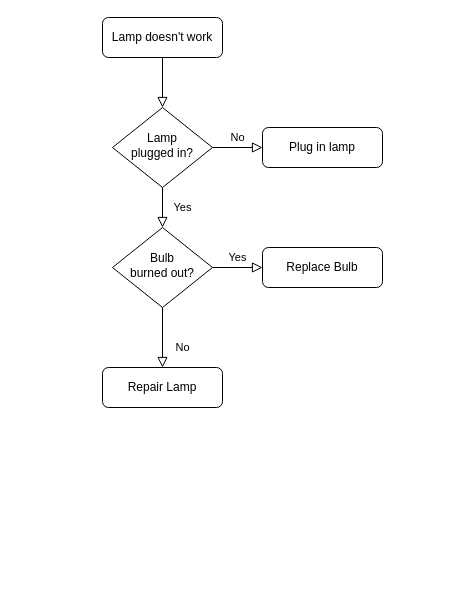
Before: page "Page-1" (1 of 2) of Untitled Diagram.drawio in nightluo/learning, a draw.io diagram. Source tidied: cells renumbered, new cells numbered last; positions are measured from the earlier drawing's top-left corner, leaving out a move shared by most shapes. Both pictures are drawn from the tidied source at 100%, with x=0, y=0 at pixel (102, 17).
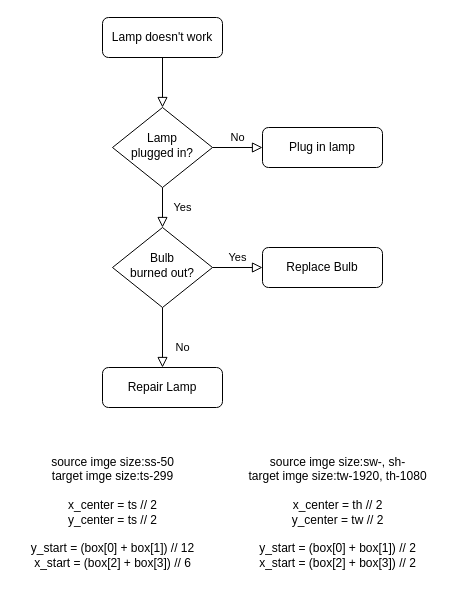
The same page after the edit.

The edit, as a diff of the source:
```diff
@@
 <mxGraphModel>
   <root>
     <mxCell id="0" />
     <mxCell id="1" parent="0" />
     <mxCell id="2" style="rounded=0;html=1;jettySize=auto;fontSize=11;endArrow=block;endFill=0;endSize=8;strokeWidth=1;shadow=0;labelBackgroundColor=none;edgeStyle=orthogonalEdgeStyle;" parent="1" edge="1" source="3" target="6">
       <mxGeometry relative="1" as="geometry" />
     </mxCell>
     <mxCell id="3" value="Lamp doesn't work" style="rounded=1;whiteSpace=wrap;html=1;fontSize=12;glass=0;strokeWidth=1;shadow=0;" parent="1" vertex="1">
       <mxGeometry width="120" height="40" as="geometry" />
     </mxCell>
     <mxCell id="4" value="Yes" style="rounded=0;html=1;jettySize=auto;fontSize=11;endArrow=block;endFill=0;endSize=8;strokeWidth=1;shadow=0;labelBackgroundColor=none;edgeStyle=orthogonalEdgeStyle;" parent="1" edge="1" source="6" target="10">
       <mxGeometry y="20" relative="1" as="geometry" />
     </mxCell>
     <mxCell id="5" value="No" style="edgeStyle=orthogonalEdgeStyle;rounded=0;html=1;jettySize=auto;fontSize=11;endArrow=block;endFill=0;endSize=8;strokeWidth=1;shadow=0;labelBackgroundColor=none;" parent="1" edge="1" source="6" target="7">
       <mxGeometry y="10" relative="1" as="geometry" />
     </mxCell>
     <mxCell id="6" value="Lamp&lt;br&gt;plugged in?" style="rhombus;whiteSpace=wrap;html=1;shadow=0;fontFamily=Helvetica;fontSize=12;align=center;strokeWidth=1;spacing=6;spacingTop=-4;" parent="1" vertex="1">
       <mxGeometry x="10" y="90" width="100" height="80" as="geometry" />
     </mxCell>
     <mxCell id="7" value="Plug in lamp" style="rounded=1;whiteSpace=wrap;html=1;fontSize=12;glass=0;strokeWidth=1;shadow=0;" parent="1" vertex="1">
       <mxGeometry x="160" y="110" width="120" height="40" as="geometry" />
     </mxCell>
     <mxCell id="8" value="No" style="rounded=0;html=1;jettySize=auto;fontSize=11;endArrow=block;endFill=0;endSize=8;strokeWidth=1;shadow=0;labelBackgroundColor=none;edgeStyle=orthogonalEdgeStyle;" parent="1" edge="1" source="10" target="11">
       <mxGeometry x="0.33" y="20" relative="1" as="geometry" />
     </mxCell>
     <mxCell id="9" value="Yes" style="edgeStyle=orthogonalEdgeStyle;rounded=0;html=1;jettySize=auto;fontSize=11;endArrow=block;endFill=0;endSize=8;strokeWidth=1;shadow=0;labelBackgroundColor=none;" parent="1" edge="1" source="10" target="12">
       <mxGeometry y="10" relative="1" as="geometry" />
     </mxCell>
     <mxCell id="10" value="Bulb&lt;br&gt;burned out?" style="rhombus;whiteSpace=wrap;html=1;shadow=0;fontFamily=Helvetica;fontSize=12;align=center;strokeWidth=1;spacing=6;spacingTop=-4;" parent="1" vertex="1">
       <mxGeometry x="10" y="210" width="100" height="80" as="geometry" />
     </mxCell>
     <mxCell id="11" value="Repair Lamp" style="rounded=1;whiteSpace=wrap;html=1;fontSize=12;glass=0;strokeWidth=1;shadow=0;" parent="1" vertex="1">
       <mxGeometry y="350" width="120" height="40" as="geometry" />
     </mxCell>
     <mxCell id="12" value="Replace Bulb" style="rounded=1;whiteSpace=wrap;html=1;fontSize=12;glass=0;strokeWidth=1;shadow=0;" parent="1" vertex="1">
       <mxGeometry x="160" y="230" width="120" height="40" as="geometry" />
     </mxCell>
+    <mxCell id="13" value="source imge size:ss-50&lt;br&gt;target imge size:ts-299&lt;br&gt;&lt;br&gt;x_center = ts // 2&lt;br&gt;y_center = ts // 2&lt;br&gt;&lt;br&gt;&lt;div&gt;y_start = (box[0] + box[1]) // 12&lt;/div&gt;&lt;div&gt;x_start = (box[2] + box[3]) // 6&lt;/div&gt;" style="text;html=1;align=center;verticalAlign=middle;strokeColor=none;fillColor=none;" parent="1" vertex="1">
+      <mxGeometry x="-85" y="430" width="190" height="130" as="geometry" />
+    </mxCell>
+    <mxCell id="14" value="source imge size:sw-, sh-&lt;br&gt;target imge size:tw-1920, th-1080&lt;br&gt;&lt;br&gt;x_center = th // 2&lt;br style=&quot;border-color: var(--border-color);&quot;&gt;y_center = tw // 2&lt;br&gt;&lt;br&gt;&lt;div&gt;y_start = (box[0] + box[1]) // 2&lt;/div&gt;&lt;div&gt;x_start = (box[2] + box[3]) // 2&lt;/div&gt;" style="text;html=1;align=center;verticalAlign=middle;strokeColor=none;fillColor=none;" parent="1" vertex="1">
+      <mxGeometry x="135" y="430" width="200" height="130" as="geometry" />
+    </mxCell>
   </root>
 </mxGraphModel>
```
